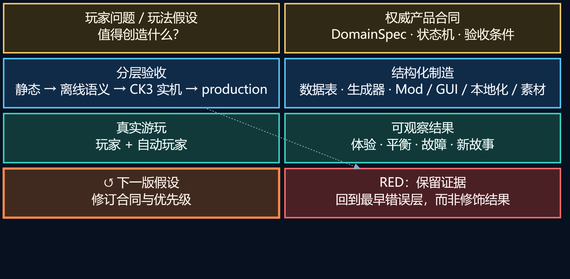
Before: docs/project-causality-architecture/rendered/02-loop-a-player-products.png, a diagram exported from Mermaid (XenoAmess/ck3_eternal_recurrence). Its source is kept beside it as docs/project-causality-architecture/src/02-loop-a-player-products.mmd.
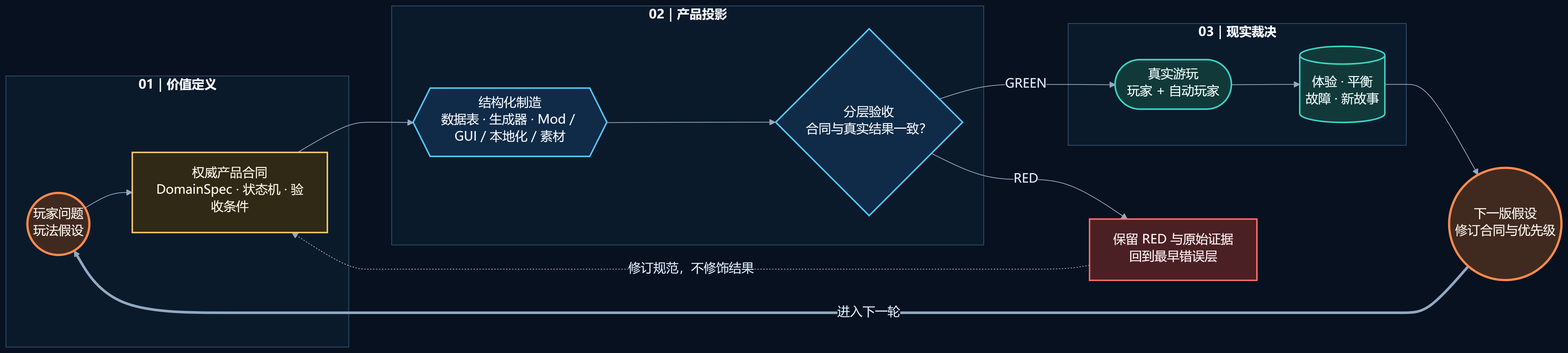
After the change.

What changed in the source:
```diff
@@ -1,19 +1,42 @@
-block-beta
-    columns 2
-    A1["玩家问题 / 玩法假设<br/>值得创造什么？"] A2["权威产品合同<br/>DomainSpec · 状态机 · 验收条件"]
-    A4["分层验收<br/>静态 → 离线语义 → CK3 实机 → production"] A3["结构化制造<br/>数据表 · 生成器 · Mod / GUI / 本地化 / 素材"]
-    A5["真实游玩<br/>玩家 + 自动玩家"] A6["可观察结果<br/>体验 · 平衡 · 故障 · 新故事"]
-    A7["↺ 下一版假设<br/>修订合同与优先级"] AR["RED：保留证据<br/>回到最早错误层，而非修饰结果"]
+flowchart LR
+    subgraph DEFINE["01｜价值定义"]
+      direction TB
+      A1(("玩家问题<br/>玩法假设"))
+      A2["权威产品合同<br/>DomainSpec · 状态机 · 验收条件"]
+      A1 --> A2
+    end
 
-    A1 --> A2 --> A3 --> A4
-    A4 --> A5 --> A6 --> A7
-    A4 -.-> AR
+    subgraph BUILD["02｜产品投影"]
+      direction TB
+      A3{{"结构化制造<br/>数据表 · 生成器 · Mod / GUI / 本地化 / 素材"}}
+      A4{"分层验收<br/>合同与真实结果一致？"}
+      A3 --> A4
+    end
 
-    style A1 fill:#302916,stroke:#f3c96b,color:#fff8e7,stroke-width:2px
-    style A2 fill:#302916,stroke:#f3c96b,color:#fff8e7,stroke-width:2px
-    style A3 fill:#102b47,stroke:#55c8ff,color:#f4f8ff,stroke-width:2px
-    style A4 fill:#102b47,stroke:#55c8ff,color:#f4f8ff,stroke-width:2px
-    style A5 fill:#123939,stroke:#38d6c5,color:#effffd,stroke-width:2px
-    style A6 fill:#123939,stroke:#38d6c5,color:#effffd,stroke-width:2px
-    style A7 fill:#402a1f,stroke:#ff8a4c,color:#fff6ef,stroke-width:3px
-    style AR fill:#4b2024,stroke:#ff6b6b,color:#fff5f5,stroke-width:2px
+    subgraph REALITY["03｜现实裁决"]
+      direction TB
+      A5(["真实游玩<br/>玩家 + 自动玩家"])
+      A6[("体验 · 平衡<br/>故障 · 新故事")]
+      A5 --> A6
+    end
+
+    A7(("下一版假设<br/>修订合同与优先级"))
+    AR["保留 RED 与原始证据<br/>回到最早错误层"]
+
+    A2 --> A3
+    A4 -- "GREEN" --> A5
+    A4 -- "RED" --> AR
+    AR -. "修订规范，不修饰结果" .-> A2
+    A6 --> A7
+    A7 == "进入下一轮" ==> A1
+
+    class A1,A7 loop;
+    class A2 authority;
+    class A3,A4 build;
+    class A5,A6 live;
+    class AR red;
+    classDef loop fill:#402a1f,stroke:#ff8a4c,color:#fff6ef,stroke-width:3px;
+    classDef authority fill:#302916,stroke:#f3c96b,color:#fff8e7,stroke-width:2px;
+    classDef build fill:#102b47,stroke:#55c8ff,color:#f4f8ff,stroke-width:2px;
+    classDef live fill:#123939,stroke:#38d6c5,color:#effffd,stroke-width:2px;
+    classDef red fill:#4b2024,stroke:#ff6b6b,color:#fff5f5,stroke-width:2px;
```
